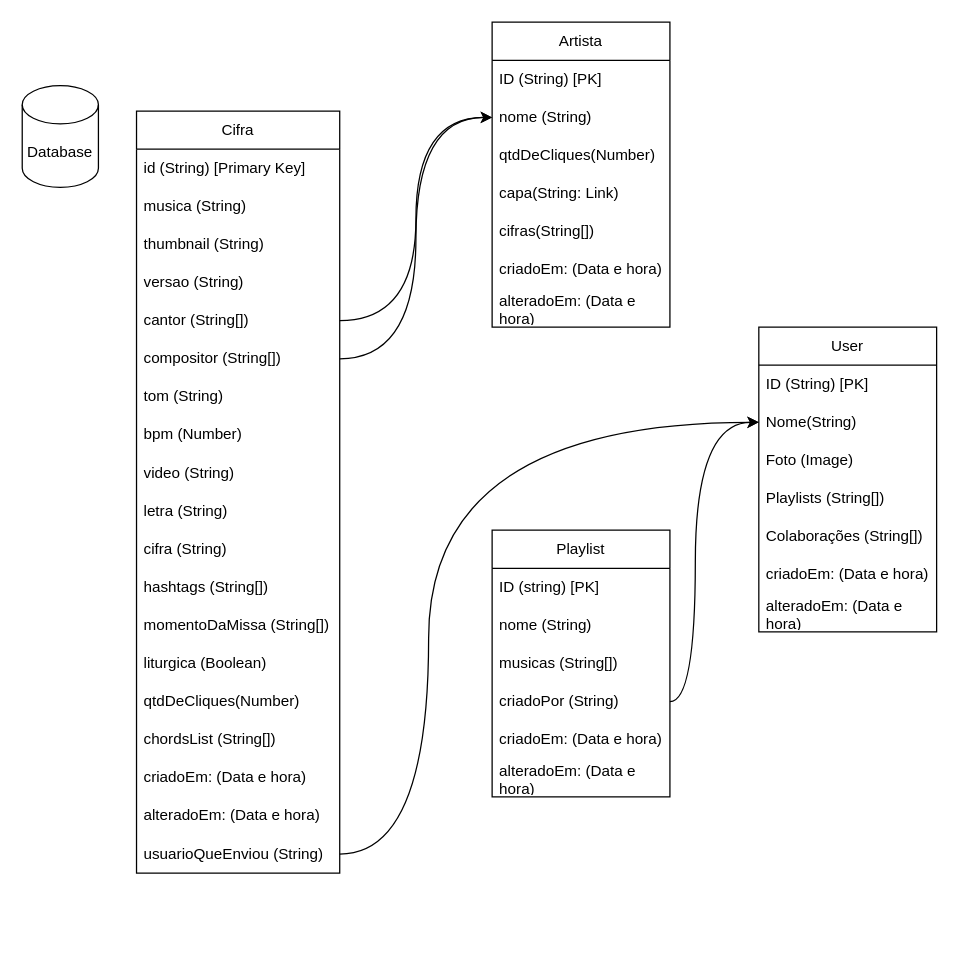
This is MissaCifras.drawio from mauriciomira1/MissaCifras, a draw.io file, before an edit. Source tidied: cells renumbered, new cells numbered last; positions are measured from the earlier drawing's top-left corner, leaving out a move shared by most shapes. Both pictures are drawn from the tidied source at 127%, with x=0, y=0 at pixel (22, 22).
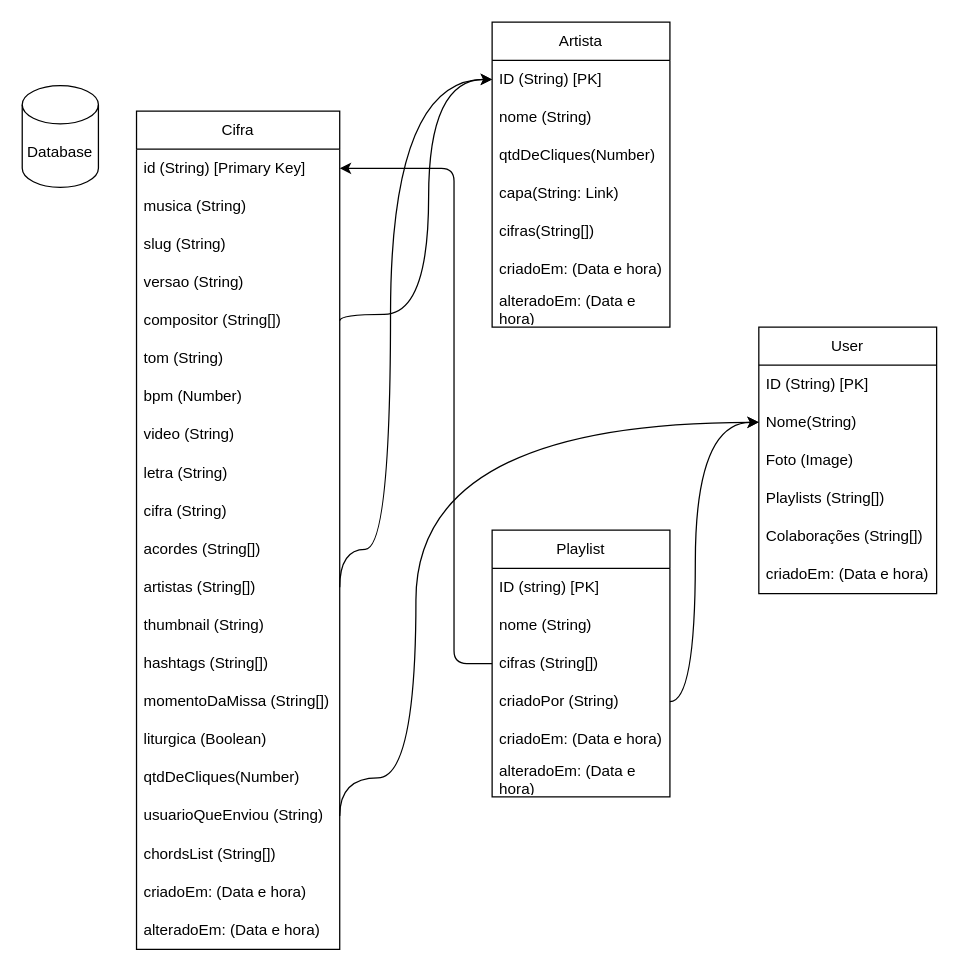
The same page after the edit.

Commit message (it also covers changes not shown here):
feat: alterando schema para nova estrutura de cifr

Unchanged cells that the change refers to:
```xml
<mxCell id="3" value="id (String) [Primary Key]" style="text;strokeColor=none;fillColor=none;align=left;verticalAlign=middle;spacingLeft=4;spacingRight=4;overflow=hidden;points=[[0,0.5],[1,0.5]];portConstraint=eastwest;whiteSpace=wrap;html=1;" parent="2" vertex="1">
  <mxGeometry y="30" width="160" height="30" as="geometry" />
</mxCell>
<mxCell id="24" value="ID (String) [PK]" style="text;strokeColor=none;fillColor=none;align=left;verticalAlign=middle;spacingLeft=4;spacingRight=4;overflow=hidden;points=[[0,0.5],[1,0.5]];portConstraint=eastwest;whiteSpace=wrap;html=1;" parent="23" vertex="1">
  <mxGeometry y="30" width="140" height="30" as="geometry" />
</mxCell>
<mxCell id="25" value="nome (String)" style="text;strokeColor=none;fillColor=none;align=left;verticalAlign=middle;spacingLeft=4;spacingRight=4;overflow=hidden;points=[[0,0.5],[1,0.5]];portConstraint=eastwest;whiteSpace=wrap;html=1;" parent="23" vertex="1">
  <mxGeometry y="60" width="140" height="30" as="geometry" />
</mxCell>
<mxCell id="33" value="Nome(String)" style="text;strokeColor=none;fillColor=none;align=left;verticalAlign=middle;spacingLeft=4;spacingRight=4;overflow=hidden;points=[[0,0.5],[1,0.5]];portConstraint=eastwest;whiteSpace=wrap;html=1;" parent="31" vertex="1">
  <mxGeometry y="60" width="140" height="30" as="geometry" />
</mxCell>
<mxCell id="39" value="Playlist" style="swimlane;fontStyle=0;horizontal=1;startSize=30;whiteSpace=wrap;html=1;" parent="1" vertex="1">
  <mxGeometry x="370" y="400" width="140" height="210" as="geometry" />
</mxCell>
```

What changed in the source:
```diff
@@
     <mxCell id="2" value="Cifra" style="swimlane;fontStyle=0;horizontal=1;startSize=30;whiteSpace=wrap;html=1;" parent="1" vertex="1">
-      <mxGeometry x="90" y="70" width="160" height="600" as="geometry" />
+      <mxGeometry x="90" y="70" width="160" height="660" as="geometry" />
     </mxCell>
@@
-    <mxCell id="5" value="thumbnail (String)" style="text;strokeColor=none;fillColor=none;align=left;verticalAlign=middle;spacingLeft=4;spacingRight=4;overflow=hidden;whiteSpace=wrap;html=1;" parent="2" vertex="1">
-      <mxGeometry y="90" width="160" height="30" as="geometry" />
-    </mxCell>
+    <mxCell id="50" value="slug (String)" style="text;strokeColor=none;fillColor=none;align=left;verticalAlign=middle;spacingLeft=4;spacingRight=4;overflow=hidden;whiteSpace=wrap;html=1;" parent="2" vertex="1">
+      <mxGeometry y="90" width="160" height="30" as="geometry" />
+    </mxCell>
@@
-    <mxCell id="7" value="cantor (String[])" style="text;strokeColor=none;fillColor=none;align=left;verticalAlign=middle;spacingLeft=4;spacingRight=4;overflow=hidden;points=[[0,0.5],[1,0.5]];portConstraint=eastwest;whiteSpace=wrap;html=1;" parent="2" vertex="1">
-      <mxGeometry y="150" width="160" height="30" as="geometry" />
-    </mxCell>
     <mxCell id="8" value="compositor (String[])" style="text;strokeColor=none;fillColor=none;align=left;verticalAlign=middle;spacingLeft=4;spacingRight=4;overflow=hidden;points=[[0,0.5],[1,0.5]];portConstraint=eastwest;whiteSpace=wrap;html=1;" parent="2" vertex="1">
-      <mxGeometry y="180" width="160" height="30" as="geometry" />
+      <mxGeometry y="150" width="160" height="30" as="geometry" />
     </mxCell>
     <mxCell id="9" value="tom (String)" style="text;strokeColor=none;fillColor=none;align=left;verticalAlign=middle;spacingLeft=4;spacingRight=4;overflow=hidden;whiteSpace=wrap;html=1;" parent="2" vertex="1">
-      <mxGeometry y="210" width="160" height="30" as="geometry" />
+      <mxGeometry y="180" width="160" height="30" as="geometry" />
     </mxCell>
     <mxCell id="10" value="bpm (Number)" style="text;strokeColor=none;fillColor=none;align=left;verticalAlign=middle;spacingLeft=4;spacingRight=4;overflow=hidden;whiteSpace=wrap;html=1;" parent="2" vertex="1">
-      <mxGeometry y="240" width="160" height="30" as="geometry" />
+      <mxGeometry y="210" width="160" height="30" as="geometry" />
     </mxCell>
     <mxCell id="11" value="video (String)" style="text;strokeColor=none;fillColor=none;align=left;verticalAlign=middle;spacingLeft=4;spacingRight=4;overflow=hidden;whiteSpace=wrap;html=1;" parent="2" vertex="1">
-      <mxGeometry y="270" width="160" height="30" as="geometry" />
+      <mxGeometry y="240" width="160" height="30" as="geometry" />
     </mxCell>
     <mxCell id="12" value="letra (String)" style="text;strokeColor=none;fillColor=none;align=left;verticalAlign=middle;spacingLeft=4;spacingRight=4;overflow=hidden;whiteSpace=wrap;html=1;" parent="2" vertex="1">
-      <mxGeometry y="300" width="160" height="30" as="geometry" />
+      <mxGeometry y="270" width="160" height="30" as="geometry" />
     </mxCell>
     <mxCell id="13" value="cifra (String)" style="text;strokeColor=none;fillColor=none;align=left;verticalAlign=middle;spacingLeft=4;spacingRight=4;overflow=hidden;whiteSpace=wrap;html=1;" parent="2" vertex="1">
-      <mxGeometry y="330" width="160" height="30" as="geometry" />
+      <mxGeometry y="300" width="160" height="30" as="geometry" />
     </mxCell>
+    <mxCell id="51" value="acordes (String[])" style="text;strokeColor=none;fillColor=none;align=left;verticalAlign=middle;spacingLeft=4;spacingRight=4;overflow=hidden;whiteSpace=wrap;html=1;" parent="2" vertex="1">
+      <mxGeometry y="330" width="160" height="30" as="geometry" />
+    </mxCell>
+    <mxCell id="7" value="artistas (String[])" style="text;strokeColor=none;fillColor=none;align=left;verticalAlign=middle;spacingLeft=4;spacingRight=4;overflow=hidden;points=[[0,0.5],[1,0.5]];portConstraint=eastwest;whiteSpace=wrap;html=1;" parent="2" vertex="1">
+      <mxGeometry y="360" width="160" height="30" as="geometry" />
+    </mxCell>
+    <mxCell id="5" value="thumbnail (String)" style="text;strokeColor=none;fillColor=none;align=left;verticalAlign=middle;spacingLeft=4;spacingRight=4;overflow=hidden;whiteSpace=wrap;html=1;" parent="2" vertex="1">
+      <mxGeometry y="390" width="160" height="30" as="geometry" />
+    </mxCell>
     <mxCell id="14" value="hashtags (String[])" style="text;strokeColor=none;fillColor=none;align=left;verticalAlign=middle;spacingLeft=4;spacingRight=4;overflow=hidden;whiteSpace=wrap;html=1;" parent="2" vertex="1">
-      <mxGeometry y="360" width="160" height="30" as="geometry" />
+      <mxGeometry y="420" width="160" height="30" as="geometry" />
     </mxCell>
     <mxCell id="15" value="momentoDaMissa (String[])" style="text;strokeColor=none;fillColor=none;align=left;verticalAlign=middle;spacingLeft=4;spacingRight=4;overflow=hidden;whiteSpace=wrap;html=1;" parent="2" vertex="1">
-      <mxGeometry y="390" width="160" height="30" as="geometry" />
+      <mxGeometry y="450" width="160" height="30" as="geometry" />
     </mxCell>
     <mxCell id="16" value="liturgica (Boolean)" style="text;strokeColor=none;fillColor=none;align=left;verticalAlign=middle;spacingLeft=4;spacingRight=4;overflow=hidden;whiteSpace=wrap;html=1;" parent="2" vertex="1">
-      <mxGeometry y="420" width="160" height="30" as="geometry" />
+      <mxGeometry y="480" width="160" height="30" as="geometry" />
     </mxCell>
     <mxCell id="17" value="qtdDeCliques(Number)" style="text;strokeColor=none;fillColor=none;align=left;verticalAlign=middle;spacingLeft=4;spacingRight=4;overflow=hidden;whiteSpace=wrap;html=1;" parent="2" vertex="1">
-      <mxGeometry y="450" width="160" height="30" as="geometry" />
+      <mxGeometry y="510" width="160" height="30" as="geometry" />
     </mxCell>
+    <mxCell id="21" value="usuarioQueEnviou (String)" style="text;strokeColor=none;fillColor=none;align=left;verticalAlign=middle;spacingLeft=4;spacingRight=4;overflow=hidden;points=[[0,0.5],[1,0.5]];portConstraint=eastwest;whiteSpace=wrap;html=1;" parent="2" vertex="1">
+      <mxGeometry y="540" width="160" height="30" as="geometry" />
+    </mxCell>
     <mxCell id="18" value="chordsList (String[])" style="text;strokeColor=none;fillColor=none;align=left;verticalAlign=middle;spacingLeft=4;spacingRight=4;overflow=hidden;whiteSpace=wrap;html=1;" parent="2" vertex="1">
-      <mxGeometry y="480" width="160" height="30" as="geometry" />
+      <mxGeometry y="570" width="160" height="30" as="geometry" />
     </mxCell>
     <mxCell id="19" value="criadoEm: (Data e hora)" style="text;strokeColor=none;fillColor=none;align=left;verticalAlign=middle;spacingLeft=4;spacingRight=4;overflow=hidden;whiteSpace=wrap;html=1;" parent="2" vertex="1">
-      <mxGeometry y="510" width="160" height="30" as="geometry" />
+      <mxGeometry y="600" width="160" height="30" as="geometry" />
     </mxCell>
     <mxCell id="20" value="alteradoEm: (Data e hora)" style="text;strokeColor=none;fillColor=none;align=left;verticalAlign=middle;spacingLeft=4;spacingRight=4;overflow=hidden;whiteSpace=wrap;html=1;" parent="2" vertex="1">
-      <mxGeometry y="540" width="160" height="30" as="geometry" />
+      <mxGeometry y="630" width="160" height="30" as="geometry" />
     </mxCell>
-    <mxCell id="21" value="usuarioQueEnviou (String)" style="text;strokeColor=none;fillColor=none;align=left;verticalAlign=middle;spacingLeft=4;spacingRight=4;overflow=hidden;points=[[0,0.5],[1,0.5]];portConstraint=eastwest;whiteSpace=wrap;html=1;" parent="2" vertex="1">
-      <mxGeometry y="570" width="160" height="30" as="geometry" />
-    </mxCell>
@@
     <mxCell id="31" value="User" style="swimlane;fontStyle=0;horizontal=1;startSize=30;whiteSpace=wrap;html=1;" parent="1" vertex="1">
-      <mxGeometry x="580" y="240" width="140" height="240" as="geometry" />
+      <mxGeometry x="580" y="240" width="140" height="210" as="geometry" />
     </mxCell>
@@
-    <mxCell id="38" value="alteradoEm: (Data e hora)" style="text;strokeColor=none;fillColor=none;align=left;verticalAlign=middle;spacingLeft=4;spacingRight=4;overflow=hidden;whiteSpace=wrap;html=1;" parent="31" vertex="1">
-      <mxGeometry y="210" width="140" height="30" as="geometry" />
-    </mxCell>
@@
-    <mxCell id="42" value="musicas (String[])" style="text;strokeColor=none;fillColor=none;align=left;verticalAlign=middle;spacingLeft=4;spacingRight=4;overflow=hidden;points=[[0,0.5],[1,0.5]];portConstraint=eastwest;whiteSpace=wrap;html=1;" parent="39" vertex="1">
+    <mxCell id="42" value="cifras (String[])" style="text;strokeColor=none;fillColor=none;align=left;verticalAlign=middle;spacingLeft=4;spacingRight=4;overflow=hidden;points=[[0,0.5],[1,0.5]];portConstraint=eastwest;whiteSpace=wrap;html=1;" parent="39" vertex="1">
       <mxGeometry y="90" width="140" height="30" as="geometry" />
     </mxCell>
@@
     <mxCell id="46" style="edgeStyle=orthogonalEdgeStyle;curved=1;html=1;exitX=1;exitY=0.5;exitDx=0;exitDy=0;entryX=0;entryY=0.5;entryDx=0;entryDy=0;" parent="1" edge="1" source="21" target="33">
       <mxGeometry relative="1" as="geometry">
         <Array as="points">
-          <mxPoint x="320" y="655" />
-          <mxPoint x="320" y="315" />
+          <mxPoint x="310" y="595" />
+          <mxPoint x="310" y="315" />
         </Array>
       </mxGeometry>
     </mxCell>
-    <mxCell id="47" style="edgeStyle=orthogonalEdgeStyle;curved=1;html=1;exitX=1;exitY=0.5;exitDx=0;exitDy=0;entryX=0;entryY=0.5;entryDx=0;entryDy=0;" parent="1" edge="1" source="7" target="25">
-      <mxGeometry relative="1" as="geometry" />
+    <mxCell id="47" style="edgeStyle=orthogonalEdgeStyle;curved=1;html=1;exitX=1;exitY=0.5;exitDx=0;exitDy=0;entryX=0;entryY=0.5;entryDx=0;entryDy=0;" parent="1" edge="1" source="7" target="24">
+      <mxGeometry relative="1" as="geometry">
+        <Array as="points">
+          <mxPoint x="290" y="415" />
+          <mxPoint x="290" y="45" />
+        </Array>
+      </mxGeometry>
     </mxCell>
-    <mxCell id="48" style="edgeStyle=orthogonalEdgeStyle;curved=1;html=1;exitX=1;exitY=0.5;exitDx=0;exitDy=0;" parent="1" edge="1" source="8" target="25">
-      <mxGeometry relative="1" as="geometry" />
+    <mxCell id="48" style="edgeStyle=orthogonalEdgeStyle;curved=1;html=1;exitX=1;exitY=0.5;exitDx=0;exitDy=0;entryX=0;entryY=0.5;entryDx=0;entryDy=0;" parent="1" edge="1" source="8" target="24">
+      <mxGeometry relative="1" as="geometry">
+        <Array as="points">
+          <mxPoint x="250" y="230" />
+          <mxPoint x="320" y="230" />
+          <mxPoint x="320" y="45" />
+        </Array>
+      </mxGeometry>
     </mxCell>
@@
+    <mxCell id="52" style="edgeStyle=none;html=1;exitX=0;exitY=0.5;exitDx=0;exitDy=0;entryX=1;entryY=0.5;entryDx=0;entryDy=0;" parent="1" edge="1" source="42" target="3">
+      <mxGeometry relative="1" as="geometry">
+        <Array as="points">
+          <mxPoint x="340" y="505" />
+          <mxPoint x="340" y="115" />
+        </Array>
+      </mxGeometry>
+    </mxCell>
```
